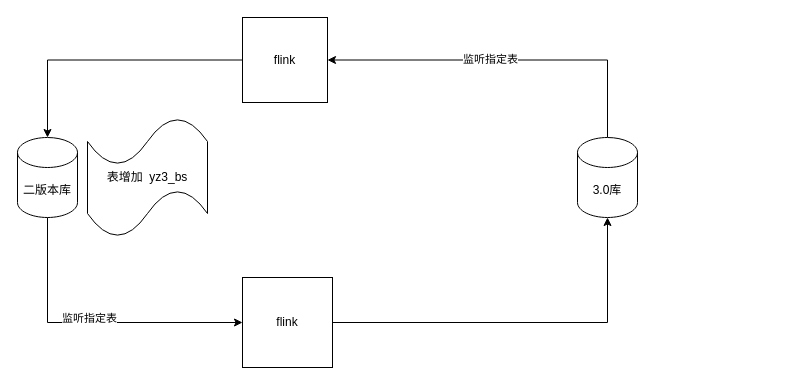
Above: 石家庄项目微服务架构.drawio in redtomatoL/design (draw.io), before the change. Source tidied: cells renumbered, new cells numbered last; positions are measured from the earlier drawing's top-left corner, leaving out a move shared by most shapes. Both pictures are drawn from the tidied source at 100%, with x=0, y=0 at pixel (17, 17).
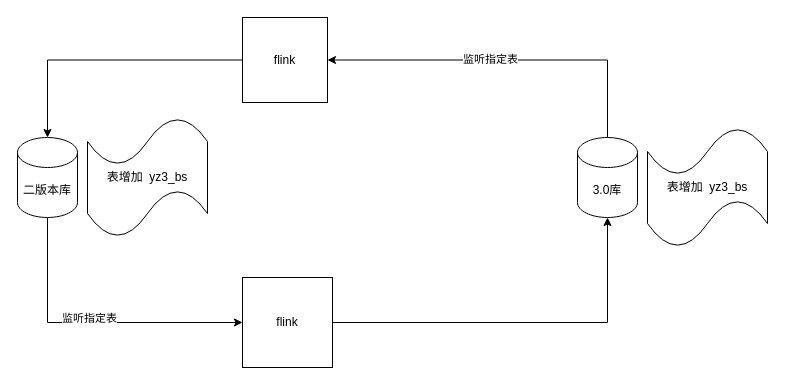
After the change.

Commit message (it also covers changes not shown here):
更新石家庄项目微服务架构.drawio

Diff of the diagram source:
```diff
@@
 <mxGraphModel>
   <root>
     <mxCell id="0" />
     <mxCell id="1" parent="0" />
     <mxCell id="2" style="edgeStyle=orthogonalEdgeStyle;rounded=0;jettySize=auto;html=1;exitX=1;exitY=0.5;exitDx=0;exitDy=0;entryX=0.5;entryY=1;entryDx=0;entryDy=0;entryPerimeter=0;" parent="1" edge="1" source="3" target="9">
       <mxGeometry relative="1" as="geometry" />
     </mxCell>
     <mxCell id="3" value="flink" style="whiteSpace=wrap;html=1;" parent="1" vertex="1">
       <mxGeometry x="225" y="260" width="90" height="90" as="geometry" />
     </mxCell>
     <mxCell id="4" style="edgeStyle=orthogonalEdgeStyle;rounded=0;jettySize=auto;html=1;entryX=0;entryY=0.5;entryDx=0;entryDy=0;exitX=0.5;exitY=1;exitDx=0;exitDy=0;exitPerimeter=0;" parent="1" edge="1" source="6" target="3">
       <mxGeometry relative="1" as="geometry" />
     </mxCell>
     <mxCell id="5" value="监听指定表" style="edgeLabel;html=1;align=center;verticalAlign=middle;" parent="4" vertex="1">
       <mxGeometry x="-0.03" y="5" relative="1" as="geometry" />
     </mxCell>
     <mxCell id="6" value="二版本库" style="shape=cylinder3;whiteSpace=wrap;html=1;boundedLbl=1;backgroundOutline=1;size=15;" parent="1" vertex="1">
       <mxGeometry y="120" width="60" height="80" as="geometry" />
     </mxCell>
     <mxCell id="7" style="edgeStyle=orthogonalEdgeStyle;rounded=0;jettySize=auto;html=1;entryX=1;entryY=0.5;entryDx=0;entryDy=0;exitX=0.5;exitY=0;exitDx=0;exitDy=0;exitPerimeter=0;" parent="1" edge="1" source="9" target="11">
       <mxGeometry relative="1" as="geometry" />
     </mxCell>
     <mxCell id="8" value="监听指定表" style="edgeLabel;html=1;align=center;verticalAlign=middle;" parent="7" vertex="1">
       <mxGeometry x="0.09" y="-1" relative="1" as="geometry" />
     </mxCell>
     <mxCell id="9" value="3.0库" style="shape=cylinder3;whiteSpace=wrap;html=1;boundedLbl=1;backgroundOutline=1;size=15;" parent="1" vertex="1">
       <mxGeometry x="560" y="120" width="60" height="80" as="geometry" />
     </mxCell>
     <mxCell id="10" style="edgeStyle=orthogonalEdgeStyle;rounded=0;jettySize=auto;html=1;entryX=0.5;entryY=0;entryDx=0;entryDy=0;entryPerimeter=0;" parent="1" edge="1" source="11" target="6">
       <mxGeometry relative="1" as="geometry" />
     </mxCell>
     <mxCell id="11" value="flink" style="whiteSpace=wrap;html=1;" parent="1" vertex="1">
       <mxGeometry x="225" width="85" height="85" as="geometry" />
     </mxCell>
     <mxCell id="12" value="表增加&amp;nbsp; yz3_bs" style="shape=tape;whiteSpace=wrap;html=1;" parent="1" vertex="1">
       <mxGeometry x="70" y="100" width="120" height="120" as="geometry" />
     </mxCell>
+    <mxCell id="13" value="表增加&amp;nbsp; yz3_bs" style="shape=tape;whiteSpace=wrap;html=1;" parent="1" vertex="1">
+      <mxGeometry x="630" y="110" width="120" height="120" as="geometry" />
+    </mxCell>
   </root>
 </mxGraphModel>
```
